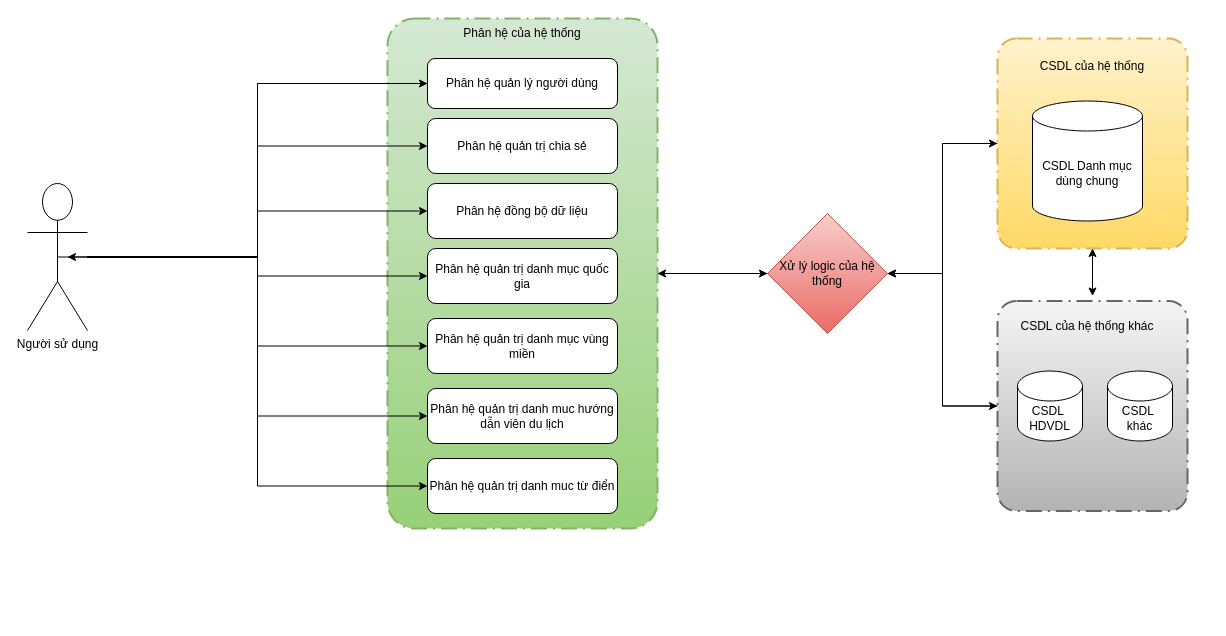
The draw.io diagram page "Page-6" (6 of 8) of so-do-draw/tcdl.drawio in letheanh12345/Draw-io, before the edit. Source tidied: cells renumbered, new cells numbered last; positions are measured from the earlier drawing's top-left corner, leaving out a move shared by most shapes. Both pictures are drawn from the tidied source at 100%, with x=0, y=0 at pixel (27, 18).
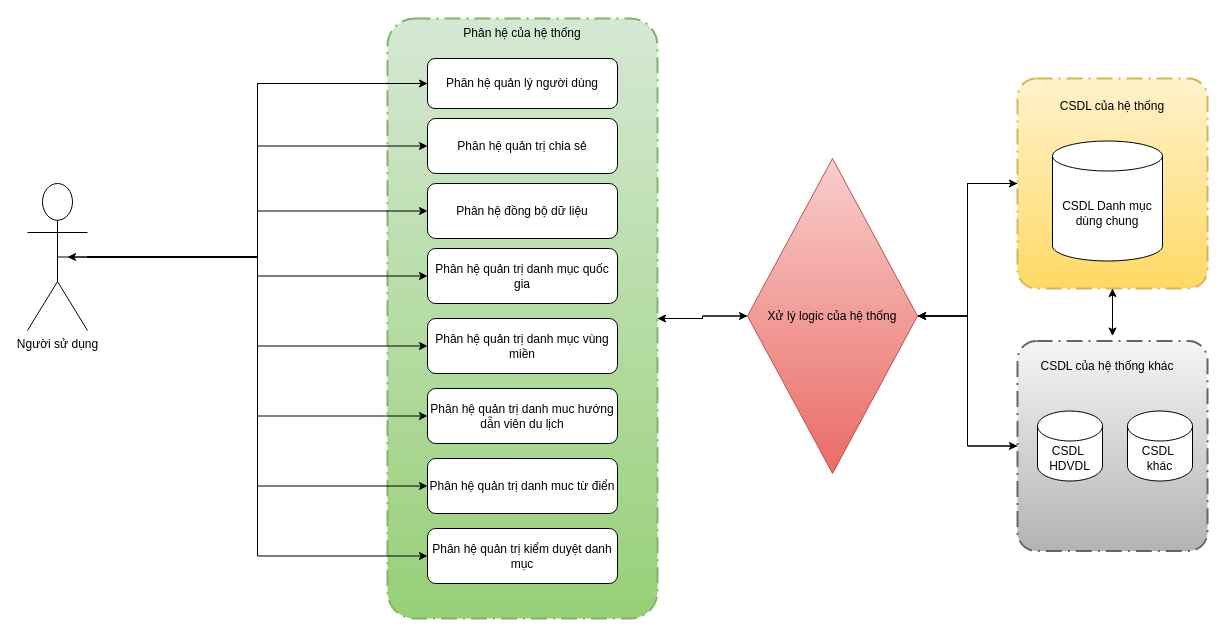
The same diagram, later.

The change refers to these unchanged cells:
```xml
<mxCell id="34" value="Người sử dụng" style="shape=umlActor;verticalLabelPosition=bottom;verticalAlign=top;html=1;outlineConnect=0;" parent="1" vertex="1">
  <mxGeometry y="165" width="60" height="147" as="geometry" />
</mxCell>
```

Diff of the diagram source:
```diff
@@
     <mxCell id="3" style="points=[[0.25,0,0],[0.5,0,0],[0.75,0,0],[1,0.25,0],[1,0.5,0],[1,0.75,0],[0.75,1,0],[0.5,1,0],[0.25,1,0],[0,0.75,0],[0,0.5,0],[0,0.25,0]];rounded=1;arcSize=10;dashed=1;dashPattern=8 3 1 3;strokeWidth=2;fontStyle=1;fontSize=20;fillColor=#fff2cc;gradientColor=#ffd966;strokeColor=#d6b656;" parent="1" vertex="1">
-      <mxGeometry x="970" y="20" width="190" height="210" as="geometry" />
+      <mxGeometry x="990" y="60" width="190" height="210" as="geometry" />
     </mxCell>
     <mxCell id="4" value="CSDL của hệ thống" style="text;html=1;strokeColor=none;fillColor=none;align=center;verticalAlign=middle;whiteSpace=wrap;rounded=0;" parent="1" vertex="1">
-      <mxGeometry x="985" y="32.5" width="160" height="30" as="geometry" />
+      <mxGeometry x="1005" y="72.5" width="160" height="30" as="geometry" />
     </mxCell>
     <mxCell id="5" value="CSDL Danh mục dùng chung" style="shape=cylinder3;whiteSpace=wrap;html=1;boundedLbl=1;backgroundOutline=1;size=15;" parent="1" vertex="1">
-      <mxGeometry x="1005" y="82.5" width="110" height="120" as="geometry" />
+      <mxGeometry x="1025" y="122.5" width="110" height="120" as="geometry" />
     </mxCell>
@@
     <mxCell id="7" style="points=[[0.25,0,0],[0.5,0,0],[0.75,0,0],[1,0.25,0],[1,0.5,0],[1,0.75,0],[0.75,1,0],[0.5,1,0],[0.25,1,0],[0,0.75,0],[0,0.5,0],[0,0.25,0]];rounded=1;arcSize=10;dashed=1;dashPattern=8 3 1 3;strokeWidth=2;fontStyle=1;fontSize=20;fillColor=#d5e8d4;gradientColor=#97d077;strokeColor=#82b366;" parent="1" vertex="1">
-      <mxGeometry x="360" width="270" height="510" as="geometry" />
+      <mxGeometry x="360" width="270" height="600" as="geometry" />
     </mxCell>
@@
     <mxCell id="18" style="points=[[0.25,0,0],[0.5,0,0],[0.75,0,0],[1,0.25,0],[1,0.5,0],[1,0.75,0],[0.75,1,0],[0.5,1,0],[0.25,1,0],[0,0.75,0],[0,0.5,0],[0,0.25,0]];rounded=1;arcSize=10;dashed=1;dashPattern=8 3 1 3;strokeWidth=2;fontStyle=1;fontSize=20;fillColor=#f5f5f5;gradientColor=#b3b3b3;strokeColor=#666666;" parent="1" vertex="1">
-      <mxGeometry x="970" y="282.5" width="190" height="210" as="geometry" />
+      <mxGeometry x="990" y="322.5" width="190" height="210" as="geometry" />
     </mxCell>
     <mxCell id="19" value="CSDL của hệ thống khác" style="text;html=1;strokeColor=none;fillColor=none;align=center;verticalAlign=middle;whiteSpace=wrap;rounded=0;" parent="1" vertex="1">
-      <mxGeometry x="980" y="292.5" width="160" height="30" as="geometry" />
+      <mxGeometry x="1000" y="332.5" width="160" height="30" as="geometry" />
     </mxCell>
     <mxCell id="20" value="CSDL&amp;nbsp; HDVDL" style="shape=cylinder3;whiteSpace=wrap;html=1;boundedLbl=1;backgroundOutline=1;size=15;" parent="1" vertex="1">
-      <mxGeometry x="990" y="352.5" width="65" height="70" as="geometry" />
+      <mxGeometry x="1010" y="392.5" width="65" height="70" as="geometry" />
     </mxCell>
     <mxCell id="21" value="CSDL&amp;nbsp; khác" style="shape=cylinder3;whiteSpace=wrap;html=1;boundedLbl=1;backgroundOutline=1;size=15;" parent="1" vertex="1">
-      <mxGeometry x="1080" y="352.5" width="65" height="70" as="geometry" />
+      <mxGeometry x="1100" y="392.5" width="65" height="70" as="geometry" />
     </mxCell>
     <mxCell id="22" style="endArrow=classic;startArrow=classic;html=1;rounded=0;exitX=0.5;exitY=1;exitDx=0;exitDy=0;exitPerimeter=0;" parent="1" edge="1" source="3">
       <mxGeometry relative="1" as="geometry">
-        <mxPoint x="1065" y="277.5" as="targetPoint" />
+        <mxPoint x="1085" y="317.5" as="targetPoint" />
       </mxGeometry>
     </mxCell>
@@
     <mxCell id="26" value="Xử lý logic của hệ thống" style="rhombus;whiteSpace=wrap;html=1;fillColor=#f8cecc;gradientColor=#ea6b66;strokeColor=#b85450;" parent="1" vertex="1">
-      <mxGeometry x="740" y="195" width="120" height="120" as="geometry" />
+      <mxGeometry x="720" y="140" width="170" height="315" as="geometry" />
     </mxCell>
@@
+    <mxCell id="35" style="edgeStyle=orthogonalEdgeStyle;rounded=0;jettySize=auto;html=1;entryX=0;entryY=0.5;entryDx=0;entryDy=0;" parent="1" edge="1" source="34" target="36">
+      <mxGeometry relative="1" as="geometry" />
+    </mxCell>
@@
+    <mxCell id="36" value="Phân hệ quản trị kiểm duyệt danh mục" style="rounded=1;whiteSpace=wrap;html=1;" parent="1" vertex="1">
+      <mxGeometry x="400" y="510" width="190" height="55" as="geometry" />
+    </mxCell>
```
